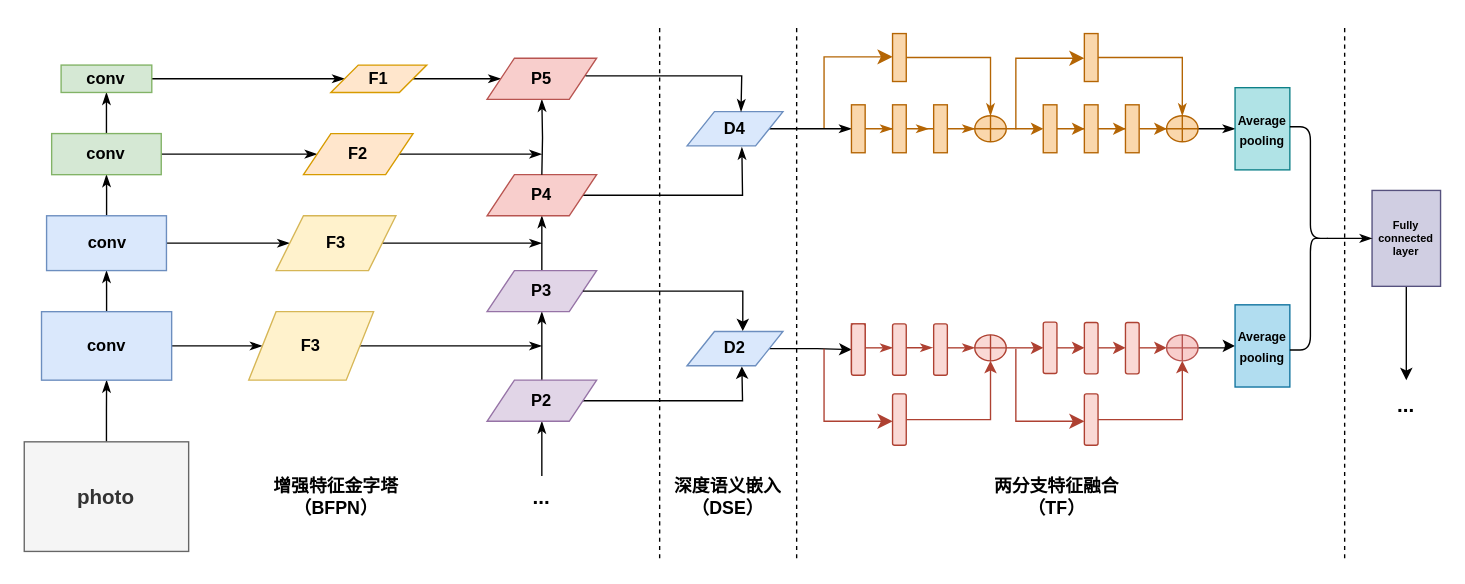
Earlier version of the draw.io diagram page "图4.2 EPSEN模型框架" (2 of 6) of 论文/第4章/第四章.drawio (ssl1995/draw). Source tidied: cells renumbered, new cells numbered last; positions are measured from the earlier drawing's top-left corner, leaving out a move shared by most shapes. Both pictures are drawn from the tidied source at 137%, with x=0, y=0 at pixel (23, 23).
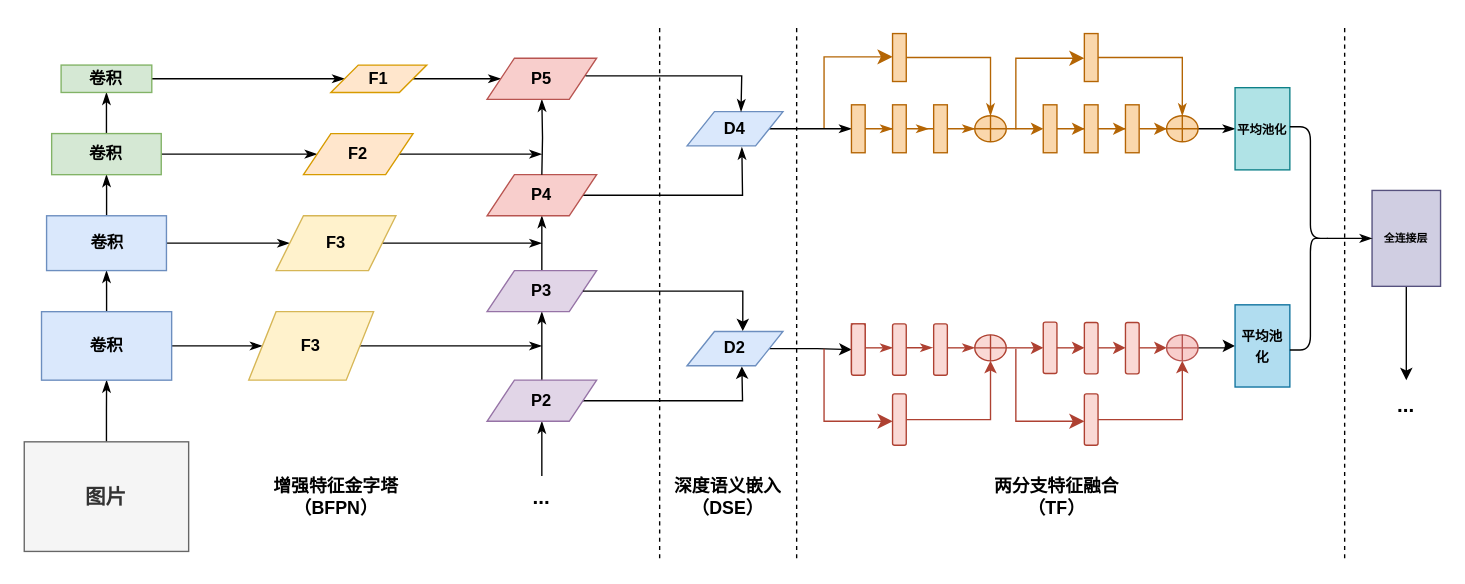
The same diagram, later.

The edit, as a diff of the source:
```diff
@@
-    <mxCell id="3" value="photo" style="rounded=0;whiteSpace=wrap;html=1;fontStyle=1;fontSize=15;fillColor=#f5f5f5;strokeColor=#666666;fontColor=#333333;" parent="1" vertex="1">
+    <mxCell id="3" value="图片" style="rounded=0;whiteSpace=wrap;html=1;fontStyle=1;fontSize=15;fillColor=#f5f5f5;strokeColor=#666666;fontColor=#333333;" parent="1" vertex="1">
       <mxGeometry x="0.2" y="305" width="120" height="80" as="geometry" />
     </mxCell>
@@
-    <mxCell id="6" value="conv" style="rounded=0;whiteSpace=wrap;html=1;fontStyle=1;fillColor=#dae8fc;strokeColor=#6c8ebf;" parent="1" vertex="1">
+    <mxCell id="6" value="卷积" style="rounded=0;whiteSpace=wrap;html=1;fontStyle=1;fillColor=#dae8fc;strokeColor=#6c8ebf;" parent="1" vertex="1">
       <mxGeometry x="12.8" y="210" width="95" height="50" as="geometry" />
     </mxCell>
@@
-    <mxCell id="9" value="conv" style="rounded=0;whiteSpace=wrap;html=1;fontStyle=1;fillColor=#dae8fc;strokeColor=#6c8ebf;" parent="1" vertex="1">
+    <mxCell id="9" value="卷积" style="rounded=0;whiteSpace=wrap;html=1;fontStyle=1;fillColor=#dae8fc;strokeColor=#6c8ebf;" parent="1" vertex="1">
       <mxGeometry x="16.5" y="140" width="87.5" height="40" as="geometry" />
     </mxCell>
@@
-    <mxCell id="12" value="conv" style="rounded=0;whiteSpace=wrap;html=1;fontStyle=1;fillColor=#d5e8d4;strokeColor=#82b366;" parent="1" vertex="1">
+    <mxCell id="12" value="卷积" style="rounded=0;whiteSpace=wrap;html=1;fontStyle=1;fillColor=#d5e8d4;strokeColor=#82b366;" parent="1" vertex="1">
       <mxGeometry x="20.2" y="80" width="80" height="30" as="geometry" />
     </mxCell>
@@
-    <mxCell id="14" value="conv" style="rounded=0;whiteSpace=wrap;html=1;fontStyle=1;fillColor=#d5e8d4;strokeColor=#82b366;" parent="1" vertex="1">
+    <mxCell id="14" value="卷积" style="rounded=0;whiteSpace=wrap;html=1;fontStyle=1;fillColor=#d5e8d4;strokeColor=#82b366;" parent="1" vertex="1">
       <mxGeometry x="27.1" y="30" width="66.2" height="20" as="geometry" />
     </mxCell>
@@
-    <mxCell id="62" value="&lt;font style=&quot;font-size: 9px;&quot;&gt;&lt;span&gt;Average pooling&lt;/span&gt;&lt;/font&gt;" style="rounded=0;whiteSpace=wrap;html=1;fontStyle=1;fillColor=#b0e3e6;strokeColor=#0e8088;" parent="1" vertex="1">
+    <mxCell id="62" value="&lt;font style=&quot;font-size: 9px;&quot;&gt;&lt;span&gt;平均池化&lt;/span&gt;&lt;/font&gt;" style="rounded=0;whiteSpace=wrap;html=1;fontStyle=1;fillColor=#b0e3e6;strokeColor=#0e8088;" parent="1" vertex="1">
       <mxGeometry x="884" y="46.5" width="40" height="60" as="geometry" />
     </mxCell>
@@
-    <mxCell id="86" value="&lt;font style=&quot;font-size: 9px;&quot;&gt;&lt;span&gt;Average pooling&lt;/span&gt;&lt;/font&gt;" style="rounded=0;whiteSpace=wrap;html=1;fontStyle=1;fillColor=#b1ddf0;strokeColor=#10739e;" parent="1" vertex="1">
+    <mxCell id="86" value="&lt;font size=&quot;1&quot;&gt;平均池化&lt;/font&gt;" style="rounded=0;whiteSpace=wrap;html=1;fontStyle=1;fillColor=#b1ddf0;strokeColor=#10739e;" parent="1" vertex="1">
       <mxGeometry x="884" y="205" width="40" height="60" as="geometry" />
     </mxCell>
@@
-    <mxCell id="88" value="&lt;div style=&quot;font-size: 8px;&quot;&gt;&lt;span style=&quot;background-color: initial; font-size: 8px;&quot;&gt;Fully connected layer&lt;/span&gt;&lt;br style=&quot;font-size: 8px;&quot;&gt;&lt;/div&gt;" style="rounded=0;whiteSpace=wrap;html=1;fontSize=8;fontStyle=1;fillColor=#d0cee2;strokeColor=#56517e;" parent="1" vertex="1">
+    <mxCell id="88" value="&lt;div style=&quot;font-size: 8px;&quot;&gt;&lt;span style=&quot;background-color: initial; font-size: 8px;&quot;&gt;全连接层&lt;/span&gt;&lt;br style=&quot;font-size: 8px;&quot;&gt;&lt;/div&gt;" style="rounded=0;whiteSpace=wrap;html=1;fontSize=8;fontStyle=1;fillColor=#d0cee2;strokeColor=#56517e;" parent="1" vertex="1">
       <mxGeometry x="984" y="121.5" width="50" height="70" as="geometry" />
     </mxCell>
```
